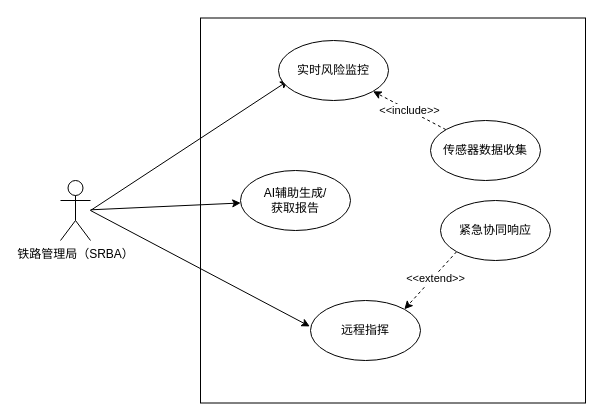
The draw.io diagram 用例图2.drawio in Lxlorange/drawio, before the edit. Source tidied: cells renumbered, new cells numbered last; positions are measured from the earlier drawing's top-left corner, leaving out a move shared by most shapes. Both pictures are drawn from the tidied source at 100%, with x=0, y=0 at pixel (60, 18).
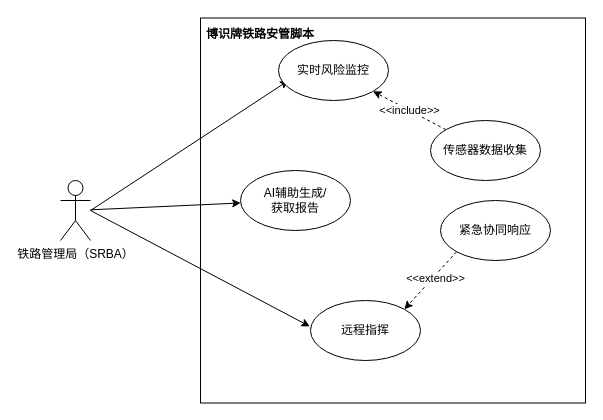
The same page after the edit.

Commit message:
更新用例图2.drawio

Change to the diagram source:
```diff
@@
 <mxGraphModel>
   <root>
     <mxCell id="0" />
     <mxCell id="1" parent="0" />
     <mxCell id="2" style="whiteSpace=wrap;html=1;" parent="1" vertex="1">
       <mxGeometry x="140" y="-0.5" width="385" height="385" as="geometry" />
     </mxCell>
     <mxCell id="3" style="rounded=0;jettySize=auto;html=1;strokeColor=default;" parent="1" edge="1" source="5" target="7">
       <mxGeometry relative="1" as="geometry" />
     </mxCell>
     <mxCell id="4" style="rounded=0;jettySize=auto;html=1;entryX=0.091;entryY=0.667;entryDx=0;entryDy=0;entryPerimeter=0;" parent="1" edge="1" target="6">
       <mxGeometry relative="1" as="geometry">
         <mxPoint x="30" y="192" as="sourcePoint" />
       </mxGeometry>
     </mxCell>
     <mxCell id="5" value="铁路管理局（SRBA）" style="shape=umlActor;verticalLabelPosition=bottom;verticalAlign=top;html=1;outlineConnect=0;" parent="1" vertex="1">
       <mxGeometry y="162" width="30" height="60" as="geometry" />
     </mxCell>
     <mxCell id="6" value="实时风险监控" style="ellipse;whiteSpace=wrap;html=1;" parent="1" vertex="1">
       <mxGeometry x="218" y="22" width="110" height="60" as="geometry" />
     </mxCell>
     <mxCell id="7" value="AI辅助生成/&lt;div&gt;获取报告&lt;/div&gt;" style="ellipse;whiteSpace=wrap;html=1;" parent="1" vertex="1">
       <mxGeometry x="180" y="152" width="110" height="60" as="geometry" />
     </mxCell>
     <mxCell id="8" value="远程指挥" style="ellipse;whiteSpace=wrap;html=1;" parent="1" vertex="1">
       <mxGeometry x="250" y="282" width="110" height="60" as="geometry" />
     </mxCell>
     <mxCell id="9" style="rounded=0;jettySize=auto;html=1;exitX=0;exitY=1;exitDx=0;exitDy=0;entryX=1;entryY=0;entryDx=0;entryDy=0;dashed=1;" parent="1" edge="1" source="11" target="8">
       <mxGeometry relative="1" as="geometry" />
     </mxCell>
     <mxCell id="10" value="&amp;lt;&amp;lt;extend&amp;gt;&amp;gt;" style="edgeLabel;html=1;align=center;verticalAlign=middle;" parent="9" vertex="1">
       <mxGeometry x="-0.12" y="1" relative="1" as="geometry" />
     </mxCell>
     <mxCell id="11" value="紧急协同响应" style="ellipse;whiteSpace=wrap;html=1;" parent="1" vertex="1">
       <mxGeometry x="380" y="182" width="110" height="60" as="geometry" />
     </mxCell>
     <mxCell id="12" style="rounded=0;jettySize=auto;html=1;dashed=1;" parent="1" edge="1" source="14" target="6">
       <mxGeometry relative="1" as="geometry" />
     </mxCell>
     <mxCell id="13" value="&amp;lt;&amp;lt;include&amp;gt;&amp;gt;" style="edgeLabel;html=1;align=center;verticalAlign=middle;" parent="12" vertex="1">
       <mxGeometry x="0.03" relative="1" as="geometry" />
     </mxCell>
     <mxCell id="14" value="传感器数据收集" style="ellipse;whiteSpace=wrap;html=1;" parent="1" vertex="1">
       <mxGeometry x="370" y="102" width="110" height="60" as="geometry" />
     </mxCell>
     <mxCell id="15" style="rounded=0;jettySize=auto;html=1;entryX=-0.006;entryY=0.432;entryDx=0;entryDy=0;entryPerimeter=0;" parent="1" edge="1" target="8">
       <mxGeometry relative="1" as="geometry">
         <mxPoint x="30" y="192" as="sourcePoint" />
       </mxGeometry>
     </mxCell>
+    <mxCell id="16" value="&lt;div&gt;&lt;div class=&quot;old-record-id-EgNMd8jZPobp9axW8APcuTESnOb&quot;&gt;&lt;strong&gt;博识牌铁路安管脚本&lt;/strong&gt;&lt;/div&gt;&lt;/div&gt;&lt;span class=&quot;lark-record-clipboard&quot; data-lark-record-data=&quot;{&amp;quot;rootId&amp;quot;:&amp;quot;YEhrdIaTvoggZvxtlEtc4QMWnRe&amp;quot;,&amp;quot;text&amp;quot;:{&amp;quot;initialAttributedTexts&amp;quot;:{&amp;quot;text&amp;quot;:{&amp;quot;0&amp;quot;:&amp;quot;博识牌铁路安管脚本&amp;quot;},&amp;quot;attribs&amp;quot;:{&amp;quot;0&amp;quot;:&amp;quot;*0*1+9&amp;quot;}},&amp;quot;apool&amp;quot;:{&amp;quot;numToAttrib&amp;quot;:{&amp;quot;0&amp;quot;:[&amp;quot;author&amp;quot;,&amp;quot;7369065156772184067&amp;quot;],&amp;quot;1&amp;quot;:[&amp;quot;bold&amp;quot;,&amp;quot;true&amp;quot;]},&amp;quot;nextNum&amp;quot;:2}},&amp;quot;type&amp;quot;:&amp;quot;text&amp;quot;,&amp;quot;referenceRecordMap&amp;quot;:{},&amp;quot;extra&amp;quot;:{&amp;quot;channel&amp;quot;:&amp;quot;saas&amp;quot;,&amp;quot;isEqualBlockSelection&amp;quot;:false,&amp;quot;pasteRandomId&amp;quot;:&amp;quot;719aeff2-7f1b-4116-b2ea-c4e05b10d2c9&amp;quot;,&amp;quot;mention_page_title&amp;quot;:{},&amp;quot;external_mention_url&amp;quot;:{}},&amp;quot;isKeepQuoteContainer&amp;quot;:false,&amp;quot;isFromCode&amp;quot;:false,&amp;quot;selection&amp;quot;:[{&amp;quot;id&amp;quot;:34,&amp;quot;type&amp;quot;:&amp;quot;text&amp;quot;,&amp;quot;selection&amp;quot;:{&amp;quot;start&amp;quot;:44,&amp;quot;end&amp;quot;:53},&amp;quot;recordId&amp;quot;:&amp;quot;EgNMd8jZPobp9axW8APcuTESnOb&amp;quot;}],&amp;quot;payloadMap&amp;quot;:{},&amp;quot;isCut&amp;quot;:false}&quot;&gt;&lt;/span&gt;" style="text;html=1;align=center;verticalAlign=middle;whiteSpace=wrap;rounded=0;" parent="1" vertex="1">
+      <mxGeometry x="140" y="-0.5" width="120" height="32.5" as="geometry" />
+    </mxCell>
   </root>
 </mxGraphModel>
```
